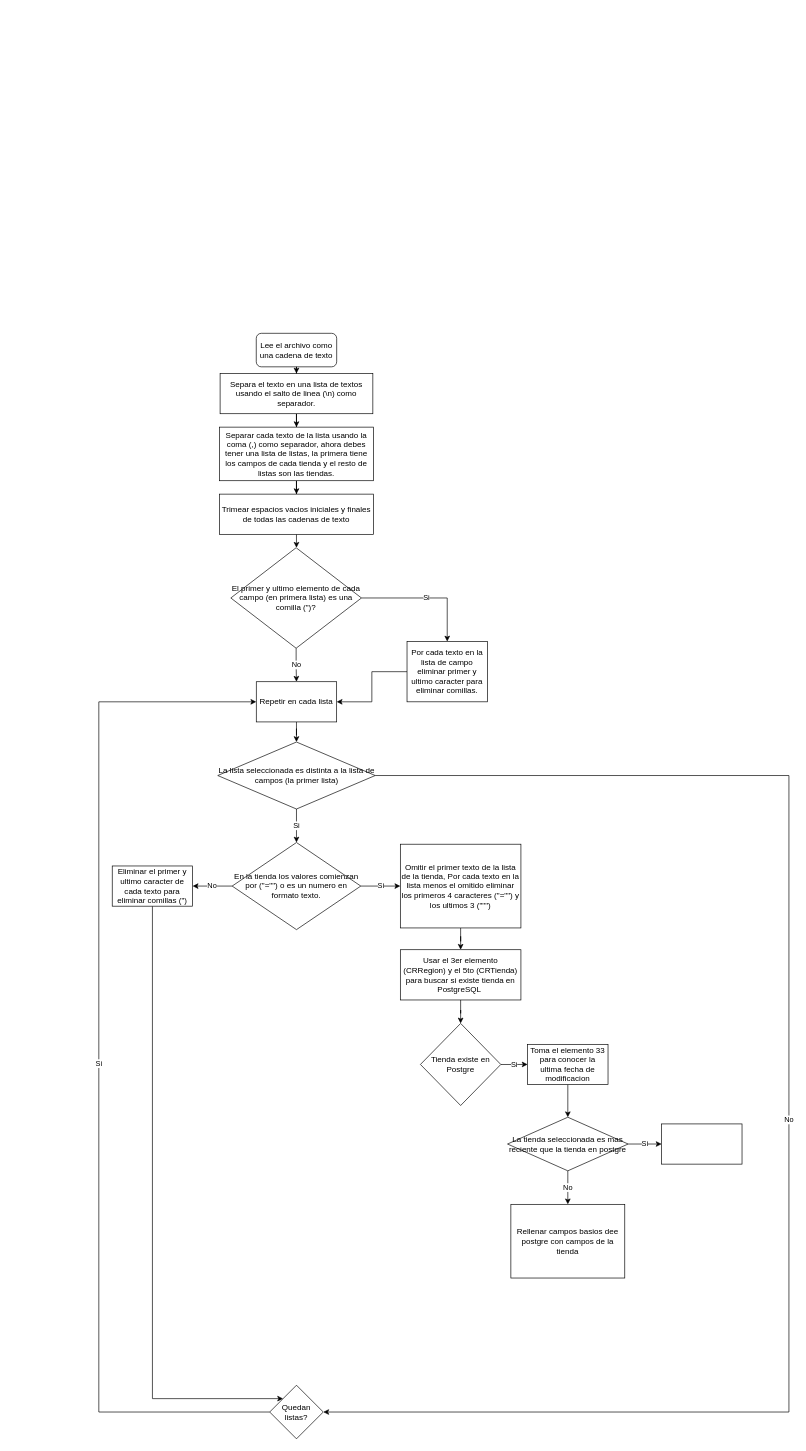
JenniferNevarez/Diagrams keeps this draw.io diagram as Untitled Diagram.drawio. Above is the earlier version. Source tidied: cells renumbered, new cells numbered last; positions are measured from the earlier drawing's top-left corner, leaving out a move shared by most shapes. Both pictures are drawn from the tidied source at 67%, with x=0, y=0 at pixel (98, 333).
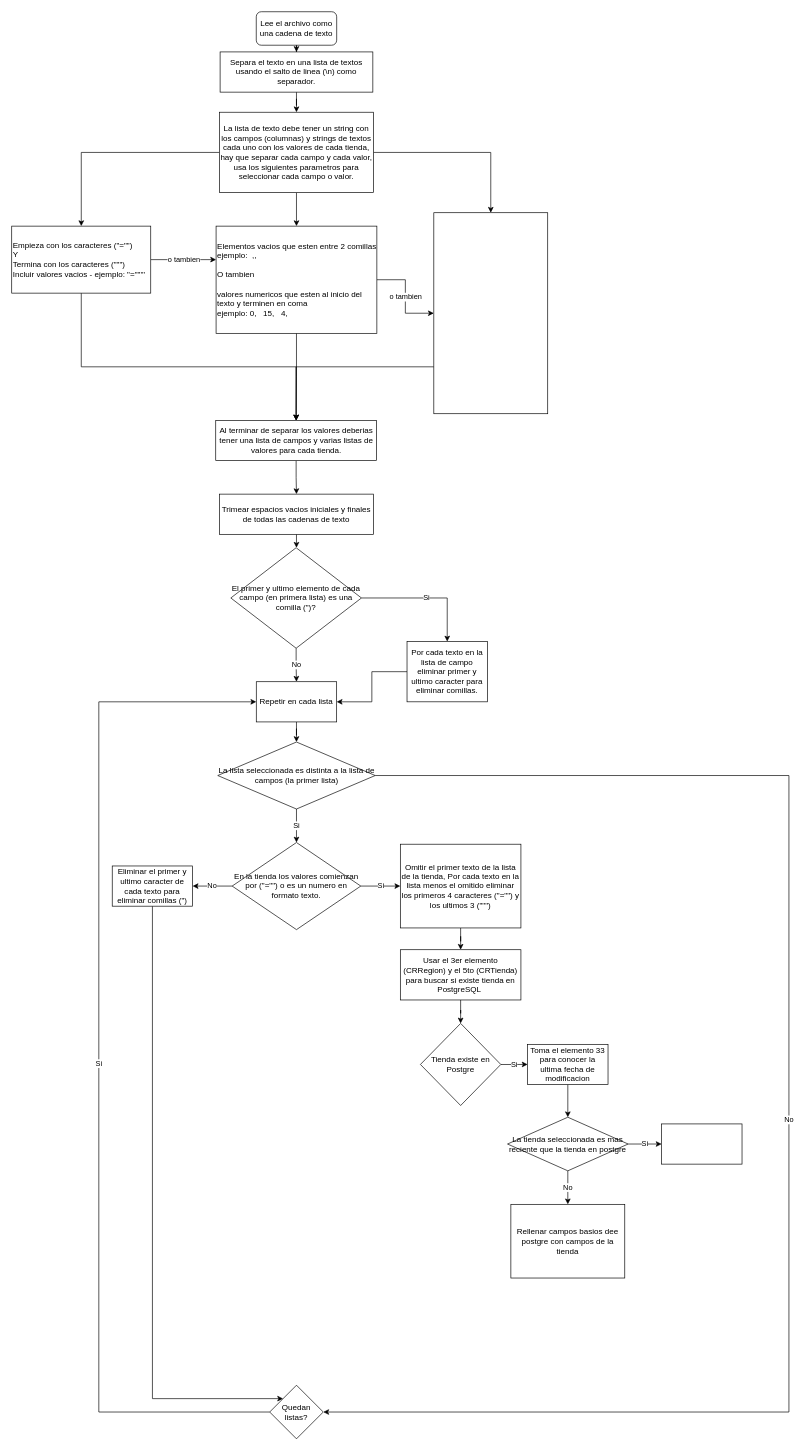
Above is the later version.

Commit message:
parseo manual csv

Unchanged cells that the change refers to:
```xml
<mxCell id="12" value="Trimear espacios vacios iniciales y finales de todas las cadenas de texto" style="rounded=0;whiteSpace=wrap;html=1;" parent="1" vertex="1">
  <mxGeometry x="180" y="240" width="230" height="60" as="geometry" />
</mxCell>
```

What changed in the source:
```diff
@@
     <mxCell id="3" value="Lee el archivo como una cadena de texto" style="rounded=1;whiteSpace=wrap;html=1;" parent="1" vertex="1">
-      <mxGeometry x="235" width="120" height="50" as="geometry" />
+      <mxGeometry x="235" y="-480" width="120" height="50" as="geometry" />
     </mxCell>
@@
     <mxCell id="8" value="Separa el texto en una lista de textos usando el salto de linea (\n) como separador." style="rounded=0;whiteSpace=wrap;html=1;" parent="1" vertex="1">
-      <mxGeometry x="181" y="60" width="228" height="60" as="geometry" />
+      <mxGeometry x="181" y="-420" width="228" height="60" as="geometry" />
     </mxCell>
-    <mxCell id="9" style="edgeStyle=orthogonalEdgeStyle;rounded=0;jettySize=auto;html=1;entryX=0.5;entryY=0;entryDx=0;entryDy=0;" parent="1" edge="1" source="10" target="12">
-      <mxGeometry relative="1" as="geometry" />
-    </mxCell>
+    <mxCell id="40" style="edgeStyle=orthogonalEdgeStyle;rounded=0;jettySize=auto;html=1;" parent="1" edge="1" source="10" target="45">
+      <mxGeometry relative="1" as="geometry" />
+    </mxCell>
+    <mxCell id="41" style="edgeStyle=orthogonalEdgeStyle;rounded=0;jettySize=auto;html=1;" parent="1" edge="1" source="10" target="48">
+      <mxGeometry relative="1" as="geometry" />
+    </mxCell>
+    <mxCell id="42" style="edgeStyle=orthogonalEdgeStyle;rounded=0;jettySize=auto;html=1;entryX=0.5;entryY=0;entryDx=0;entryDy=0;" parent="1" edge="1" source="10" target="50">
+      <mxGeometry relative="1" as="geometry" />
+    </mxCell>
-    <mxCell id="10" value="Separar cada texto de la lista usando la coma (,) como separador, ahora debes tener una lista de listas, la primera tiene los campos de cada tienda y el resto de listas son las tiendas." style="rounded=0;whiteSpace=wrap;html=1;" parent="1" vertex="1">
-      <mxGeometry x="180" y="140" width="230" height="80" as="geometry" />
+    <mxCell id="10" value="La lista de texto debe tener un string con los campos (columnas) y strings de textos cada uno con los valores de cada tienda, hay que separar cada campo y cada valor, usa los siguientes parametros para seleccionar cada campo o valor." style="rounded=0;whiteSpace=wrap;html=1;" parent="1" vertex="1">
+      <mxGeometry x="180" y="-330" width="230" height="120" as="geometry" />
     </mxCell>
@@
+    <mxCell id="43" value="o tambien" style="edgeStyle=orthogonalEdgeStyle;rounded=0;orthogonalLoop=1;jettySize=auto;html=1;" parent="1" edge="1">
+      <mxGeometry relative="1" as="geometry">
+        <mxPoint x="77.5" y="-110" as="sourcePoint" />
+        <mxPoint x="175" y="-110" as="targetPoint" />
+      </mxGeometry>
+    </mxCell>
+    <mxCell id="44" style="edgeStyle=orthogonalEdgeStyle;rounded=0;jettySize=auto;html=1;entryX=0.5;entryY=0;entryDx=0;entryDy=0;" parent="1" edge="1" source="45" target="52">
+      <mxGeometry relative="1" as="geometry">
+        <Array as="points">
+          <mxPoint x="-26" y="50" />
+          <mxPoint x="294" y="50" />
+        </Array>
+      </mxGeometry>
+    </mxCell>
+    <mxCell id="45" value="Empieza con los caracteres (&quot;=&quot;&quot;)&lt;br&gt;Y&lt;br&gt;Termina con los caracteres (&quot;&quot;&quot;)&lt;div&gt;Incluir valores vacios - ejemplo: &quot;=&quot;&quot;'''&lt;/div&gt;" style="whiteSpace=wrap;html=1;rounded=0;align=left;" parent="1" vertex="1">
+      <mxGeometry x="-130" y="-160" width="207.5" height="100" as="geometry" />
+    </mxCell>
+    <mxCell id="46" value="o tambien" style="edgeStyle=orthogonalEdgeStyle;rounded=0;jettySize=auto;html=1;" parent="1" edge="1" source="48" target="50">
+      <mxGeometry relative="1" as="geometry" />
+    </mxCell>
+    <mxCell id="47" style="edgeStyle=orthogonalEdgeStyle;rounded=0;jettySize=auto;html=1;entryX=0.5;entryY=0;entryDx=0;entryDy=0;" parent="1" edge="1" source="48" target="52">
+      <mxGeometry relative="1" as="geometry" />
+    </mxCell>
+    <mxCell id="48" value="Elementos vacios que esten entre 2 comillas&lt;div&gt;ejemplo:&amp;nbsp; ,,&lt;/div&gt;&lt;div&gt;&lt;br&gt;&lt;/div&gt;&lt;div&gt;O tambien&lt;/div&gt;&lt;div&gt;&lt;br&gt;&lt;/div&gt;&lt;div&gt;valores numericos que esten al inicio del texto y terminen en coma&lt;/div&gt;&lt;div&gt;ejemplo: 0,&amp;nbsp; &amp;nbsp;15,&amp;nbsp; &amp;nbsp;4,&lt;/div&gt;" style="whiteSpace=wrap;html=1;align=left;rounded=0;" parent="1" vertex="1">
+      <mxGeometry x="175" y="-160" width="240" height="160" as="geometry" />
+    </mxCell>
+    <mxCell id="49" style="edgeStyle=orthogonalEdgeStyle;rounded=0;jettySize=auto;html=1;entryX=0.5;entryY=0;entryDx=0;entryDy=0;" parent="1" edge="1" source="50" target="52">
+      <mxGeometry relative="1" as="geometry">
+        <Array as="points">
+          <mxPoint x="294" y="50" />
+        </Array>
+      </mxGeometry>
+    </mxCell>
+    <mxCell id="50" style="whiteSpace=wrap;html=1;align=left;rounded=0;" parent="1" vertex="1">
+      <mxGeometry x="500" y="-180" width="170" height="300" as="geometry" />
+    </mxCell>
+    <mxCell id="51" style="edgeStyle=orthogonalEdgeStyle;rounded=0;jettySize=auto;html=1;entryX=0.5;entryY=0;entryDx=0;entryDy=0;" parent="1" edge="1" source="52" target="12">
+      <mxGeometry relative="1" as="geometry" />
+    </mxCell>
+    <mxCell id="52" value="Al terminar de separar los valores deberias tener una lista de campos y varias listas de valores para cada tienda." style="rounded=0;whiteSpace=wrap;html=1;" parent="1" vertex="1">
+      <mxGeometry x="174.5" y="130" width="240" height="60" as="geometry" />
+    </mxCell>
```
